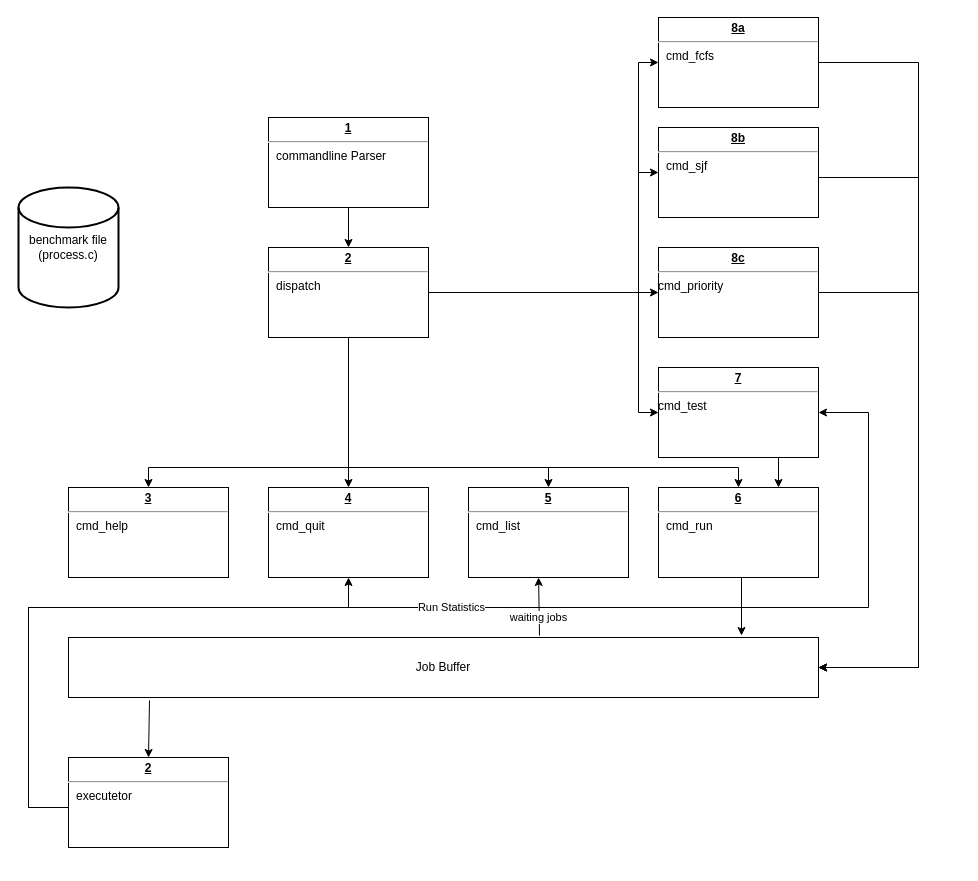
The draw.io diagram project_3/dfd.drawio in theozinner/COMP_7500, before the edit. Source tidied: cells renumbered, new cells numbered last; positions are measured from the earlier drawing's top-left corner, leaving out a move shared by most shapes. Both pictures are drawn from the tidied source at 100%, with x=0, y=0 at pixel (18, 17).
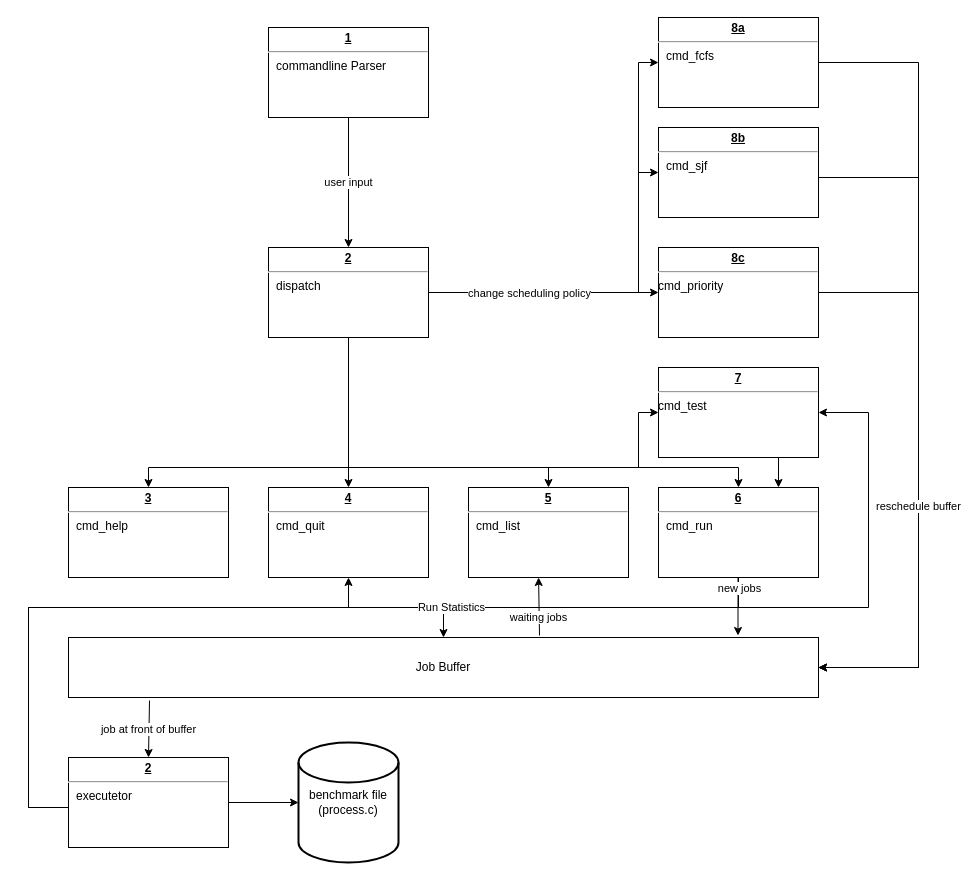
The same page after the edit.

Unchanged cells that the change refers to:
```xml
<mxCell id="4" value="&lt;p style=&quot;margin: 0px ; margin-top: 4px ; text-align: center ; text-decoration: underline&quot;&gt;&lt;b&gt;2&lt;/b&gt;&lt;/p&gt;&lt;hr&gt;&lt;p style=&quot;margin: 0px ; margin-left: 8px&quot;&gt;dispatch&lt;/p&gt;&lt;p style=&quot;margin: 0px ; margin-left: 8px&quot;&gt;&lt;br&gt;&lt;/p&gt;" style="verticalAlign=top;align=left;overflow=fill;fontSize=12;fontFamily=Helvetica;html=1;" parent="1" vertex="1">
  <mxGeometry x="250" y="230" width="160" height="90" as="geometry" />
</mxCell>
<mxCell id="10" value="&lt;p style=&quot;margin: 0px ; margin-top: 4px ; text-align: center ; text-decoration: underline&quot;&gt;&lt;b&gt;6&lt;/b&gt;&lt;/p&gt;&lt;hr&gt;&lt;p style=&quot;margin: 0px ; margin-left: 8px&quot;&gt;cmd_run&lt;/p&gt;" style="verticalAlign=top;align=left;overflow=fill;fontSize=12;fontFamily=Helvetica;html=1;" parent="1" vertex="1">
  <mxGeometry x="640" y="470" width="160" height="90" as="geometry" />
</mxCell>
<mxCell id="11" value="&lt;p style=&quot;margin: 0px ; margin-top: 4px ; text-align: center ; text-decoration: underline&quot;&gt;&lt;b&gt;8a&lt;/b&gt;&lt;/p&gt;&lt;hr&gt;&lt;p style=&quot;margin: 0px ; margin-left: 8px&quot;&gt;cmd_fcfs&lt;/p&gt;" style="verticalAlign=top;align=left;overflow=fill;fontSize=12;fontFamily=Helvetica;html=1;" parent="1" vertex="1">
  <mxGeometry x="640" width="160" height="90" as="geometry" />
</mxCell>
<mxCell id="14" value="&lt;p style=&quot;margin: 0px ; margin-top: 4px ; text-align: center ; text-decoration: underline&quot;&gt;&lt;b&gt;7&lt;/b&gt;&lt;/p&gt;&lt;hr&gt;cmd_&lt;span&gt;test&lt;/span&gt;" style="verticalAlign=top;align=left;overflow=fill;fontSize=12;fontFamily=Helvetica;html=1;" parent="1" vertex="1">
  <mxGeometry x="640" y="350" width="160" height="90" as="geometry" />
</mxCell>
<mxCell id="15" value="Job Buffer" style="rounded=0;whiteSpace=wrap;html=1;" parent="1" vertex="1">
  <mxGeometry x="50" y="620" width="750" height="60" as="geometry" />
</mxCell>
<mxCell id="21" style="edgeStyle=orthogonalEdgeStyle;rounded=0;jettySize=auto;html=1;entryX=0;entryY=0.5;entryDx=0;entryDy=0;" parent="1" edge="1" target="12">
  <mxGeometry relative="1" as="geometry">
    <mxPoint x="410" y="275" as="sourcePoint" />
    <Array as="points">
      <mxPoint x="620" y="275" />
      <mxPoint x="620" y="155" />
    </Array>
  </mxGeometry>
</mxCell>
<mxCell id="27" style="edgeStyle=orthogonalEdgeStyle;rounded=0;jettySize=auto;html=1;exitX=1;exitY=0.5;exitDx=0;exitDy=0;" parent="1" edge="1" source="11">
  <mxGeometry relative="1" as="geometry">
    <mxPoint x="800" y="650" as="targetPoint" />
    <Array as="points">
      <mxPoint x="900" y="45" />
      <mxPoint x="900" y="650" />
    </Array>
  </mxGeometry>
</mxCell>
<mxCell id="29" value="&lt;p style=&quot;margin: 0px ; margin-top: 4px ; text-align: center ; text-decoration: underline&quot;&gt;&lt;b&gt;2&lt;/b&gt;&lt;/p&gt;&lt;hr&gt;&lt;p style=&quot;margin: 0px ; margin-left: 8px&quot;&gt;executetor&lt;/p&gt;" style="verticalAlign=top;align=left;overflow=fill;fontSize=12;fontFamily=Helvetica;html=1;" parent="1" vertex="1">
  <mxGeometry x="50" y="740" width="160" height="90" as="geometry" />
</mxCell>
```

Diff of the diagram source:
```diff
@@
     <mxCell id="2" value="&lt;p style=&quot;margin: 0px ; margin-top: 4px ; text-align: center ; text-decoration: underline&quot;&gt;&lt;b&gt;1&lt;/b&gt;&lt;/p&gt;&lt;hr&gt;&lt;p style=&quot;margin: 0px ; margin-left: 8px&quot;&gt;commandline Parser&lt;/p&gt;" style="verticalAlign=top;align=left;overflow=fill;fontSize=12;fontFamily=Helvetica;html=1;" parent="1" vertex="1">
-      <mxGeometry x="250" y="100" width="160" height="90" as="geometry" />
+      <mxGeometry x="250" y="10" width="160" height="90" as="geometry" />
     </mxCell>
@@
-    <mxCell id="5" style="endArrow=classic;html=1;exitX=0.5;exitY=1;exitDx=0;exitDy=0;entryX=0.5;entryY=0;entryDx=0;entryDy=0;" parent="1" edge="1" source="2" target="4">
+    <mxCell id="5" value="user input" style="endArrow=classic;html=1;exitX=0.5;exitY=1;exitDx=0;exitDy=0;entryX=0.5;entryY=0;entryDx=0;entryDy=0;" parent="1" edge="1" source="2" target="4">
       <mxGeometry relative="1" as="geometry" />
     </mxCell>
     <mxCell id="6" value="benchmark file&lt;br&gt;(process.c)" style="strokeWidth=2;html=1;shape=mxgraph.flowchart.database;whiteSpace=wrap;" parent="1" vertex="1">
-      <mxGeometry y="170" width="100" height="120" as="geometry" />
+      <mxGeometry x="280" y="725" width="100" height="120" as="geometry" />
     </mxCell>
@@
+    <mxCell id="33" style="edgeStyle=orthogonalEdgeStyle;rounded=0;jettySize=auto;html=1;" parent="1" edge="1" source="10" target="15">
+      <mxGeometry relative="1" as="geometry" />
+    </mxCell>
@@
-    <mxCell id="20" style="edgeStyle=orthogonalEdgeStyle;rounded=0;jettySize=auto;html=1;exitX=1;exitY=0.5;exitDx=0;exitDy=0;entryX=0;entryY=0.5;entryDx=0;entryDy=0;" parent="1" edge="1" source="4" target="14">
+    <mxCell id="20" style="edgeStyle=orthogonalEdgeStyle;rounded=0;jettySize=auto;html=1;entryX=0;entryY=0.5;entryDx=0;entryDy=0;" parent="1" edge="1" target="14">
       <mxGeometry relative="1" as="geometry">
+        <mxPoint x="330" y="320" as="sourcePoint" />
         <Array as="points">
-          <mxPoint x="620" y="275" />
+          <mxPoint x="330" y="450" />
+          <mxPoint x="620" y="450" />
           <mxPoint x="620" y="395" />
         </Array>
       </mxGeometry>
     </mxCell>
@@
-    <mxCell id="22" style="edgeStyle=orthogonalEdgeStyle;rounded=0;jettySize=auto;html=1;exitX=1;exitY=0.5;exitDx=0;exitDy=0;entryX=0;entryY=0.5;entryDx=0;entryDy=0;" parent="1" edge="1" source="4" target="11">
-      <mxGeometry relative="1" as="geometry">
-        <Array as="points">
-          <mxPoint x="620" y="275" />
-          <mxPoint x="620" y="45" />
-        </Array>
-      </mxGeometry>
-    </mxCell>
+    <mxCell id="34" value="change scheduling policy" style="edgeLabel;html=1;align=center;verticalAlign=middle;" parent="21" vertex="1">
+      <mxGeometry x="-0.55" y="2" relative="1" as="geometry">
+        <mxPoint x="21" y="2" as="offset" />
+      </mxGeometry>
+    </mxCell>
@@
     <mxCell id="24" style="endArrow=classic;html=1;" parent="1" edge="1">
       <mxGeometry relative="1" as="geometry">
-        <mxPoint x="723" y="560" as="sourcePoint" />
-        <mxPoint x="723" y="618" as="targetPoint" />
+        <mxPoint x="719.5" y="560" as="sourcePoint" />
+        <mxPoint x="719.5" y="618" as="targetPoint" />
       </mxGeometry>
     </mxCell>
+    <mxCell id="35" value="new jobs" style="edgeLabel;html=1;align=center;verticalAlign=middle;" parent="24" vertex="1">
+      <mxGeometry x="0.45" y="4" relative="1" as="geometry">
+        <mxPoint x="-3.5" y="-32" as="offset" />
+      </mxGeometry>
+    </mxCell>
@@
+    <mxCell id="36" value="reschedule buffer" style="edgeLabel;html=1;align=center;verticalAlign=middle;" parent="27" vertex="1">
+      <mxGeometry x="0.35" y="-1" relative="1" as="geometry" />
+    </mxCell>
@@
-    <mxCell id="30" style="endArrow=classic;html=1;exitX=0.108;exitY=1.05;exitDx=0;exitDy=0;exitPerimeter=0;entryX=0.5;entryY=0;entryDx=0;entryDy=0;" parent="1" edge="1" source="15" target="29">
+    <mxCell id="30" value="job at front of buffer" style="endArrow=classic;html=1;exitX=0.108;exitY=1.05;exitDx=0;exitDy=0;exitPerimeter=0;entryX=0.5;entryY=0;entryDx=0;entryDy=0;" parent="1" edge="1" source="15" target="29">
       <mxGeometry relative="1" as="geometry" />
     </mxCell>
@@
+    <mxCell id="37" style="endArrow=classic;html=1;exitX=1;exitY=0.5;exitDx=0;exitDy=0;entryX=0;entryY=0.5;entryDx=0;entryDy=0;entryPerimeter=0;" parent="1" edge="1" source="29" target="6">
+      <mxGeometry relative="1" as="geometry" />
+    </mxCell>
+    <mxCell id="38" style="edgeStyle=orthogonalEdgeStyle;rounded=0;jettySize=auto;html=1;entryX=0;entryY=0.5;entryDx=0;entryDy=0;" parent="1" edge="1" target="11">
+      <mxGeometry relative="1" as="geometry">
+        <mxPoint x="620" y="270" as="sourcePoint" />
+        <Array as="points">
+          <mxPoint x="620" y="45" />
+        </Array>
+      </mxGeometry>
+    </mxCell>
```
